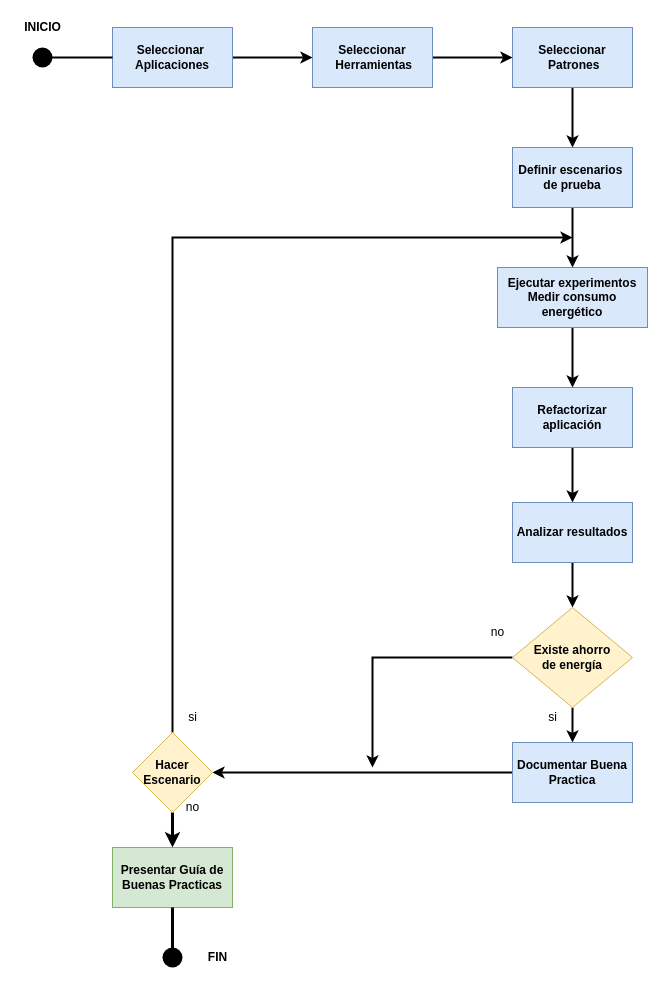
The draw.io diagram Estrategia de trabajo.drawio in XimenaB01/AgendaDocente, before the edit. Source tidied: cells renumbered, new cells numbered last; positions are measured from the earlier drawing's top-left corner, leaving out a move shared by most shapes. Both pictures are drawn from the tidied source at 100%, with x=0, y=0 at pixel (17, 17).
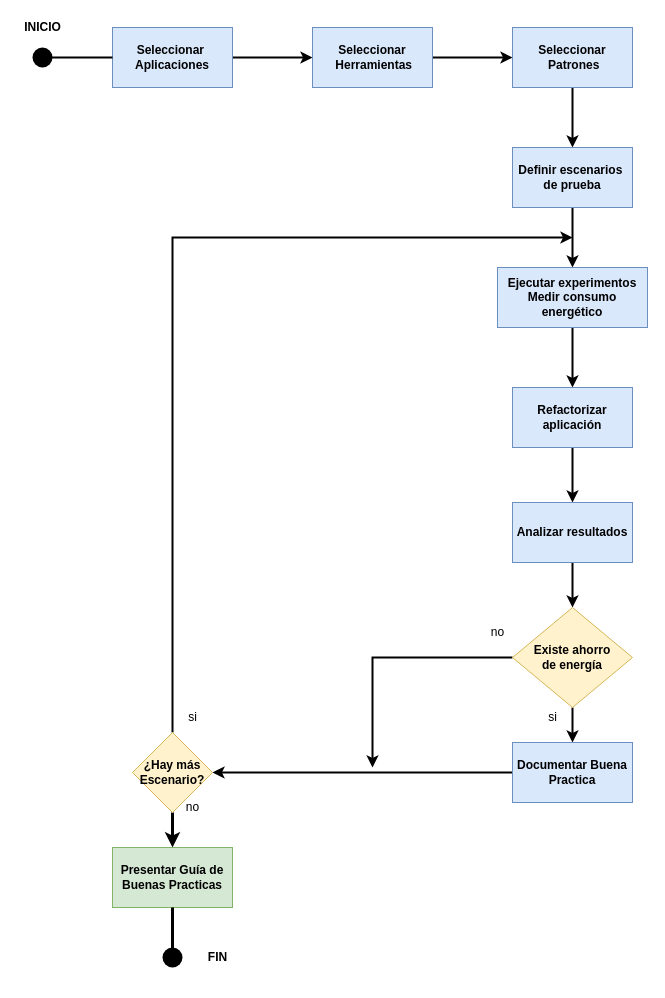
After the change.

What changed in the source:
```diff
@@
-    <mxCell id="25" value="&lt;b&gt;Hacer Escenario&lt;/b&gt;" style="rhombus;whiteSpace=wrap;html=1;fillColor=#fff2cc;strokeColor=#d6b656;rounded=0;" parent="1" vertex="1">
+    <mxCell id="25" value="&lt;b&gt;¿Hay más Escenario?&lt;/b&gt;" style="rhombus;whiteSpace=wrap;html=1;fillColor=#fff2cc;strokeColor=#d6b656;rounded=0;" parent="1" vertex="1">
       <mxGeometry x="115" y="715" width="80" height="80" as="geometry" />
     </mxCell>
```
